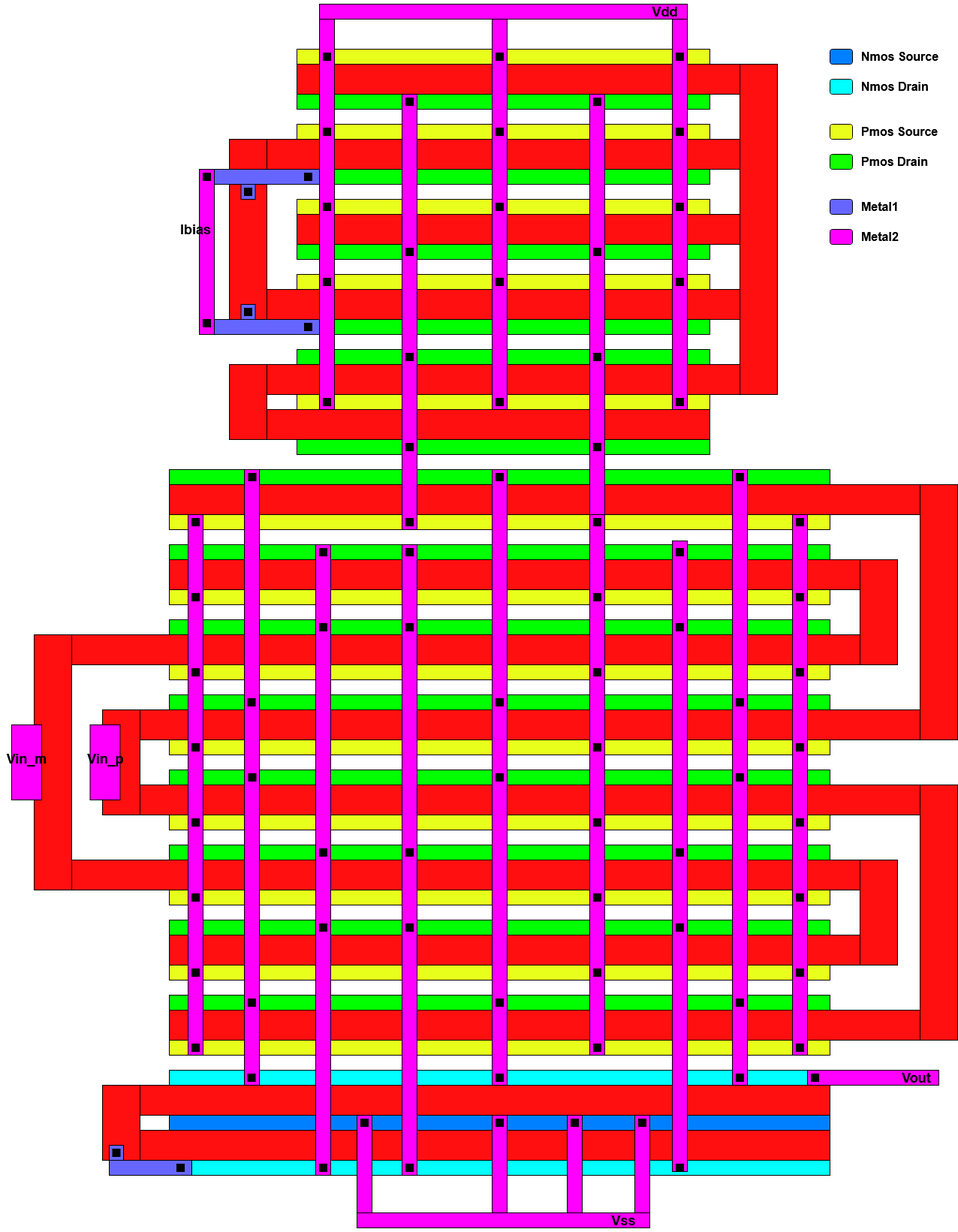
This is Immagini_relazione/Stick_diagram_first_s.png from Gaspare7696/AIC_group, a draw.io export, as it was before one commit. Source tidied: cells renumbered, new cells last; positions are measured from the earlier drawing's top-left corner, leaving out a move shared by most shapes.
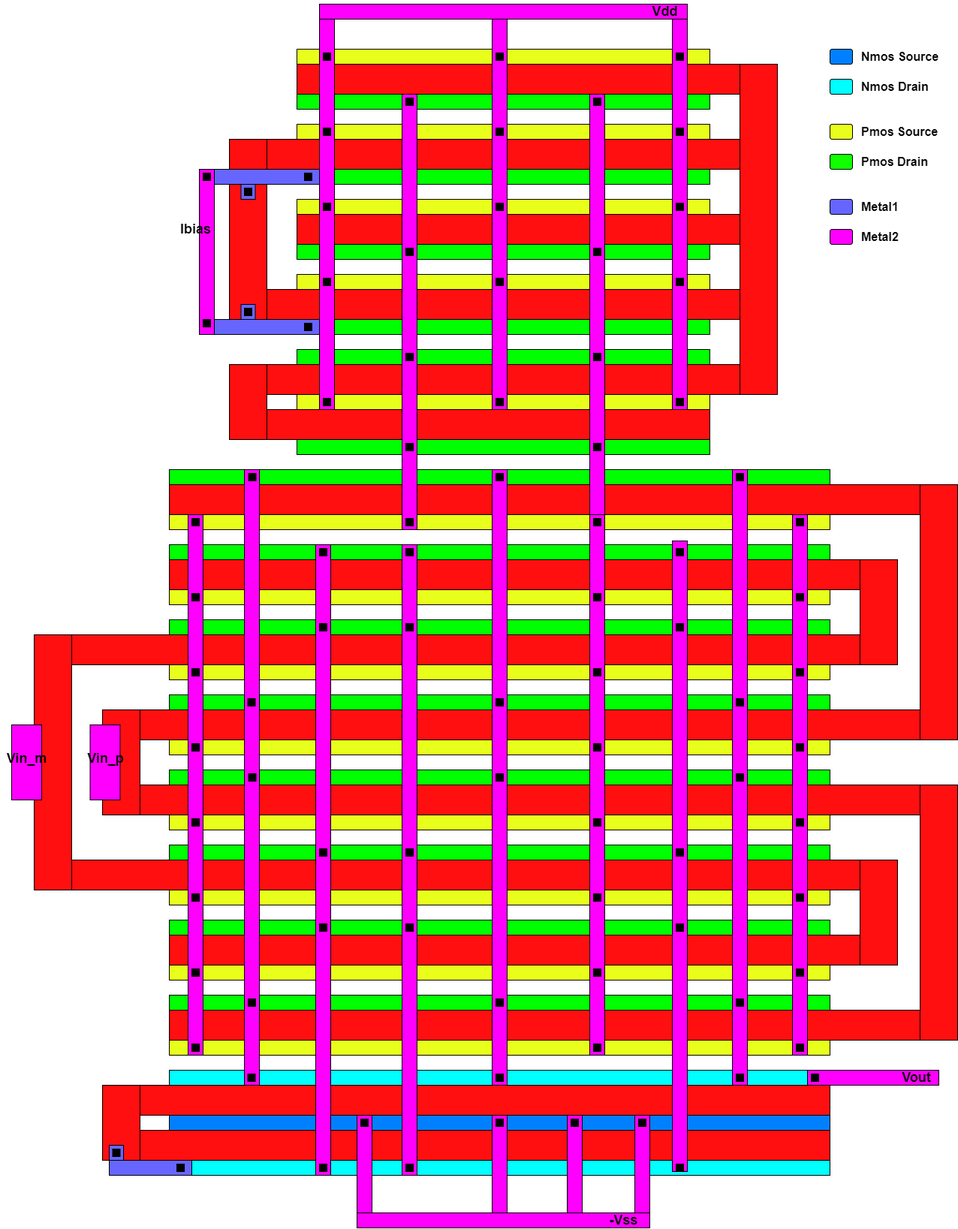
After the change.

Diff of the diagram source:
```diff
@@ -569,8 +569,8 @@
     <mxCell id="190" value="&lt;b&gt;&lt;font style=&quot;font-size: 18px&quot;&gt;Vdd&lt;/font&gt;&lt;/b&gt;&lt;span style=&quot;color: rgba(0 , 0 , 0 , 0) ; font-family: monospace ; font-size: 0px&quot;&gt;%3CmxGraphModel%3E%3Croot%3E%3CmxCell%20id%3D%220%22%2F%3E%3CmxCell%20id%3D%221%22%20parent%3D%220%22%2F%3E%3CmxCell%20id%3D%222%22%20value%3D%22%26lt%3Bb%26gt%3B%26lt%3Bfont%20style%3D%26quot%3Bfont-size%3A%2018px%26quot%3B%26gt%3BIbias%26lt%3B%2Ffont%26gt%3B%26lt%3B%2Fb%26gt%3B%22%20style%3D%22text%3Bhtml%3D1%3Balign%3Dcenter%3BverticalAlign%3Dmiddle%3Bresizable%3D0%3Bpoints%3D%5B%5D%3Bautosize%3D1%3B%22%20vertex%3D%221%22%20parent%3D%221%22%3E%3CmxGeometry%20x%3D%22205%22%20y%3D%22350%22%20width%3D%2260%22%20height%3D%2220%22%20as%3D%22geometry%22%2F%3E%3C%2FmxCell%3E%3C%2Froot%3E%3C%2FmxGraphModel%3E&lt;/span&gt;" style="text;html=1;align=center;verticalAlign=middle;" parent="1" vertex="1">
       <mxGeometry x="860" width="50" height="30" as="geometry" />
     </mxCell>
-    <mxCell id="191" value="&lt;span style=&quot;font-size: 18px&quot;&gt;&lt;b&gt;Vss&lt;/b&gt;&lt;/span&gt;&lt;span style=&quot;color: rgba(0 , 0 , 0 , 0) ; font-family: monospace ; font-size: 0px&quot;&gt;%3CmxGraphModel%3E%3Croot%3E%3CmxCell%20id%3D%220%22%2F%3E%3CmxCell%20id%3D%221%22%20parent%3D%220%22%2F%3E%3CmxCell%20id%3D%222%22%20value%3D%22%26lt%3Bb%26gt%3B%26lt%3Bfont%20style%3D%26quot%3Bfont-size%3A%2018px%26quot%3B%26gt%3BIbias%26lt%3B%2Ffont%26gt%3B%26lt%3B%2Fb%26gt%3B%22%20style%3D%22text%3Bhtml%3D1%3Balign%3Dcenter%3BverticalAlign%3Dmiddle%3Bresizable%3D0%3Bpoints%3D%5B%5D%3Bautosize%3D1%3B%22%20vertex%3D%221%22%20parent%3D%221%22%3E%3CmxGeometry%20x%3D%22205%22%20y%3D%22350%22%20width%3D%2260%22%20height%3D%2220%22%20as%3D%22geometry%22%2F%3E%3C%2FmxCell%3E%3C%2Froot%3E%3C%2FmxGraphModel%3E&lt;/span&gt;" style="text;html=1;align=center;verticalAlign=middle;" parent="1" vertex="1">
-      <mxGeometry x="805" y="1610" width="50" height="30" as="geometry" />
+    <mxCell id="191" value="&lt;span style=&quot;font-size: 18px&quot;&gt;&lt;b&gt;-Vss&lt;/b&gt;&lt;/span&gt;" style="text;html=1;align=center;verticalAlign=middle;" parent="1" vertex="1">
+      <mxGeometry x="805" y="1615" width="50" height="20" as="geometry" />
     </mxCell>
     <mxCell id="192" value="&lt;span style=&quot;font-size: 18px&quot;&gt;&lt;b&gt;Vout&lt;/b&gt;&lt;/span&gt;" style="text;html=1;align=center;verticalAlign=middle;" parent="1" vertex="1">
       <mxGeometry x="1195" y="1425" width="50" height="20" as="geometry" />
```
